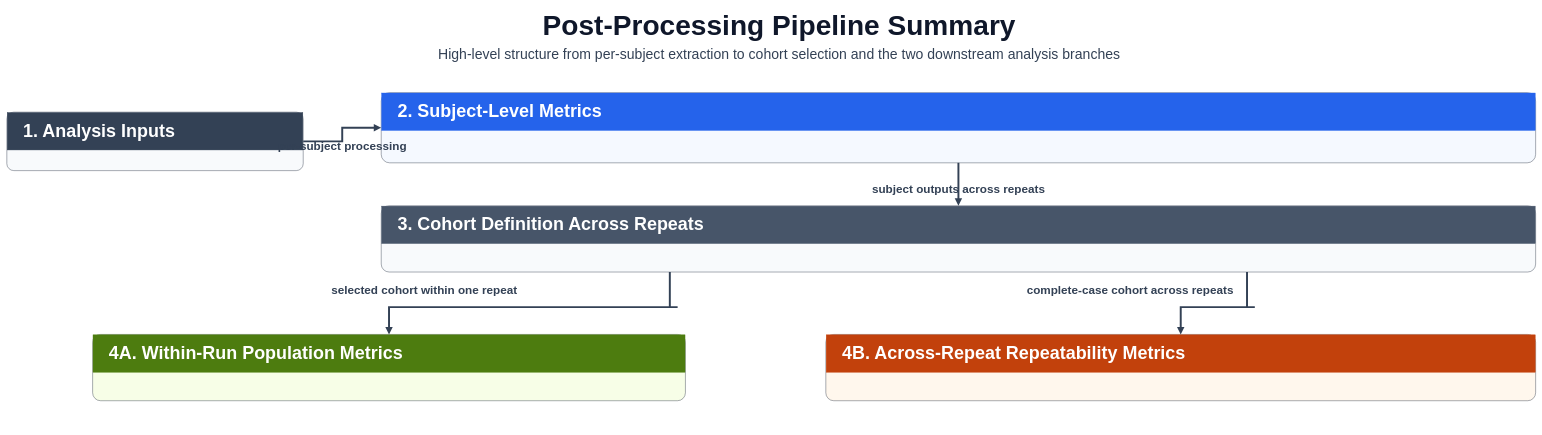
DFrogBinder/TI_Pipeline keeps this draw.io diagram as SimNIBS/Scripts/CamCan_Experiment/docs/post_pipeline_metric_flowchart.drawio. Above is the earlier version. Source tidied: cells renumbered, new cells numbered last; positions are measured from the earlier drawing's top-left corner, leaving out a move shared by most shapes. Both pictures are drawn from the tidied source at 39%, with x=0, y=0 at pixel (7, 7).
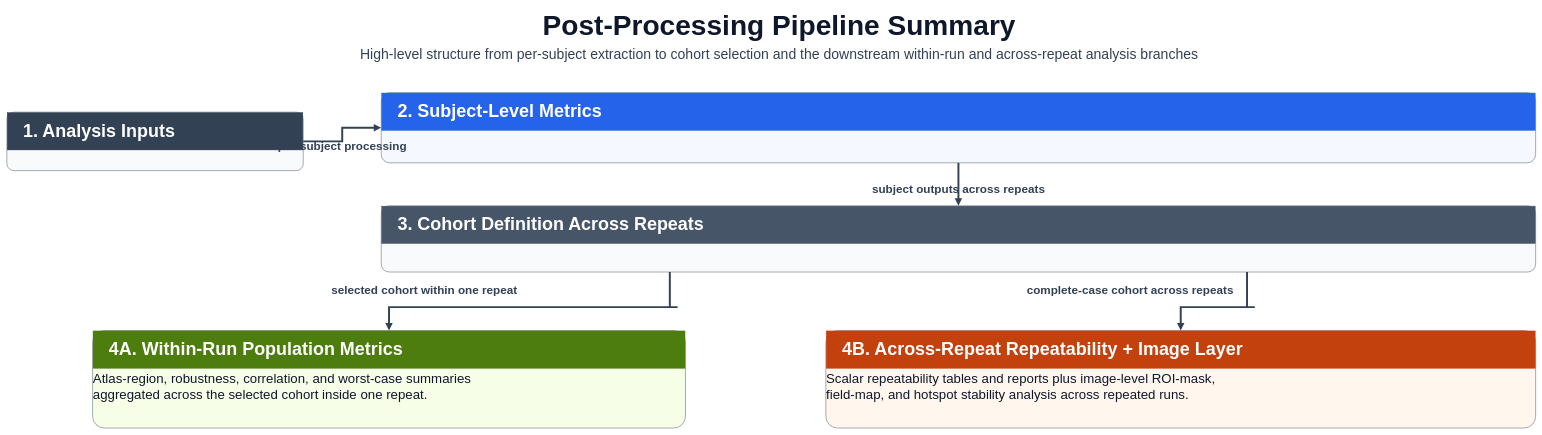
After the change.

Unchanged cells that the change refers to:
```xml
<mxCell id="10" style="rounded=1;arcSize=12;whiteSpace=wrap;html=1;fillColor=#F8FAFC;strokeColor=#1E293B;" parent="1" vertex="1">
  <mxGeometry x="960" y="510" width="2960" height="170" as="geometry" />
</mxCell>
```

The edit, as a diff of the source:
```diff
@@
-    <mxCell id="3" value="High-level structure from per-subject extraction to cohort selection and the two downstream analysis branches" style="text;html=1;strokeColor=none;fillColor=none;align=center;verticalAlign=middle;fontSize=36;fontColor=#334155;" parent="1" vertex="1">
+    <mxCell id="3" value="High-level structure from per-subject extraction to cohort selection and the downstream within-run and across-repeat analysis branches" style="text;html=1;strokeColor=none;fillColor=none;align=center;verticalAlign=middle;fontSize=36;fontColor=#334155;" parent="1" vertex="1">
       <mxGeometry x="100" y="92" width="3760" height="56" as="geometry" />
     </mxCell>
@@
     <mxCell id="13" style="rounded=1;arcSize=12;whiteSpace=wrap;html=1;fillColor=#F7FEE7;strokeColor=#1E293B;" parent="1" vertex="1">
-      <mxGeometry x="220" y="840" width="1520" height="170" as="geometry" />
+      <mxGeometry x="220" y="830" width="1520" height="250" as="geometry" />
     </mxCell>
     <mxCell id="14" style="rounded=0;whiteSpace=wrap;html=1;fillColor=#4D7C0F;strokeColor=#4D7C0F;" parent="1" vertex="1">
-      <mxGeometry x="221" y="841" width="1518" height="96" as="geometry" />
+      <mxGeometry x="221" y="831" width="1518" height="96" as="geometry" />
     </mxCell>
     <mxCell id="15" value="4A. Within-Run Population Metrics" style="text;html=1;strokeColor=none;fillColor=none;align=left;verticalAlign=middle;spacingLeft=30;fontSize=46;fontStyle=1;fontColor=#FFFFFF;" parent="1" vertex="1">
-      <mxGeometry x="230" y="858" width="1500" height="60" as="geometry" />
+      <mxGeometry x="230" y="848" width="1500" height="60" as="geometry" />
     </mxCell>
+    <mxCell id="27" value="&lt;div style='font-size:34px;line-height:1.22;color:#0F172A;'&gt;Atlas-region, robustness, correlation, and worst-case summaries&lt;br/&gt;aggregated across the selected cohort inside one repeat.&lt;/div&gt;" style="text;html=1;whiteSpace=wrap;align=left;verticalAlign=top;spacingLeft=24;spacingRight=24;spacingTop=10;strokeColor=none;fillColor=none;fontSize=34;fontColor=#0F172A;overflow=fill;" parent="1" vertex="1">
+      <mxGeometry x="221" y="934" width="1518" height="144" as="geometry" />
+    </mxCell>
     <mxCell id="16" style="rounded=1;arcSize=12;whiteSpace=wrap;html=1;fillColor=#FFF7ED;strokeColor=#1E293B;" parent="1" vertex="1">
-      <mxGeometry x="2100" y="840" width="1820" height="170" as="geometry" />
+      <mxGeometry x="2100" y="830" width="1820" height="250" as="geometry" />
     </mxCell>
     <mxCell id="17" style="rounded=0;whiteSpace=wrap;html=1;fillColor=#C2410C;strokeColor=#C2410C;" parent="1" vertex="1">
-      <mxGeometry x="2101" y="841" width="1818" height="96" as="geometry" />
+      <mxGeometry x="2101" y="831" width="1818" height="96" as="geometry" />
     </mxCell>
-    <mxCell id="18" value="4B. Across-Repeat Repeatability Metrics" style="text;html=1;strokeColor=none;fillColor=none;align=left;verticalAlign=middle;spacingLeft=30;fontSize=46;fontStyle=1;fontColor=#FFFFFF;" parent="1" vertex="1">
-      <mxGeometry x="2110" y="858" width="1800" height="60" as="geometry" />
+    <mxCell id="18" value="4B. Across-Repeat Repeatability + Image Layer" style="text;html=1;strokeColor=none;fillColor=none;align=left;verticalAlign=middle;spacingLeft=30;fontSize=46;fontStyle=1;fontColor=#FFFFFF;" parent="1" vertex="1">
+      <mxGeometry x="2110" y="848" width="1800" height="60" as="geometry" />
     </mxCell>
+    <mxCell id="28" value="&lt;div style='font-size:34px;line-height:1.22;color:#0F172A;'&gt;Scalar repeatability tables and reports plus image-level ROI-mask,&lt;br/&gt;field-map, and hotspot stability analysis across repeated runs.&lt;/div&gt;" style="text;html=1;whiteSpace=wrap;align=left;verticalAlign=top;spacingLeft=24;spacingRight=24;spacingTop=10;strokeColor=none;fillColor=none;fontSize=34;fontColor=#0F172A;overflow=fill;" parent="1" vertex="1">
+      <mxGeometry x="2101" y="934" width="1818" height="144" as="geometry" />
+    </mxCell>
@@
     <mxCell id="23" style="edgeStyle=orthogonalEdgeStyle;rounded=0;jettySize=auto;html=1;strokeColor=#334155;strokeWidth=5;endArrow=block;endFill=1;exitX=0.25;exitY=1.0;entryX=0.5;entryY=0.0;" parent="1" edge="1" source="10" target="13">
       <mxGeometry relative="1" as="geometry">
         <Array as="points">
           <mxPoint x="1720" y="770" />
           <mxPoint x="980" y="770" />
-          <mxPoint x="980" y="840" />
+          <mxPoint x="980" y="830" />
         </Array>
       </mxGeometry>
     </mxCell>
@@
     <mxCell id="25" style="edgeStyle=orthogonalEdgeStyle;rounded=0;jettySize=auto;html=1;strokeColor=#334155;strokeWidth=5;endArrow=block;endFill=1;exitX=0.75;exitY=1.0;entryX=0.5;entryY=0.0;" parent="1" edge="1" source="10" target="16">
       <mxGeometry relative="1" as="geometry">
         <Array as="points">
           <mxPoint x="3200" y="770" />
           <mxPoint x="3010" y="770" />
-          <mxPoint x="3010" y="840" />
+          <mxPoint x="3010" y="830" />
         </Array>
       </mxGeometry>
     </mxCell>
```
